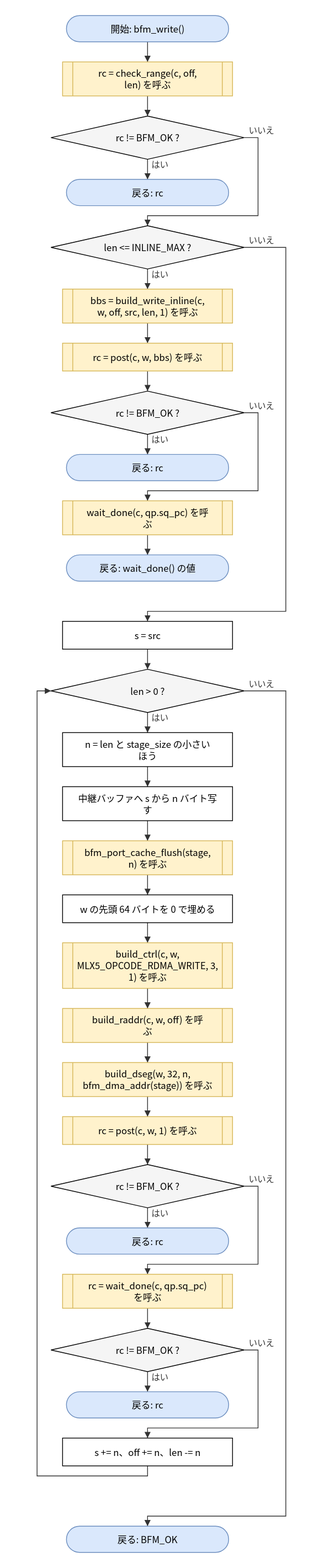
Before: doc/spec/images/flow_src_bfm_ops__bfm_write.drawio.svg, a diagram exported from draw.io (hf355051012-ai/bfmem). Source tidied: cells renumbered, new cells last; positions are measured from the earlier drawing's top-left corner, leaving out a move shared by most shapes.
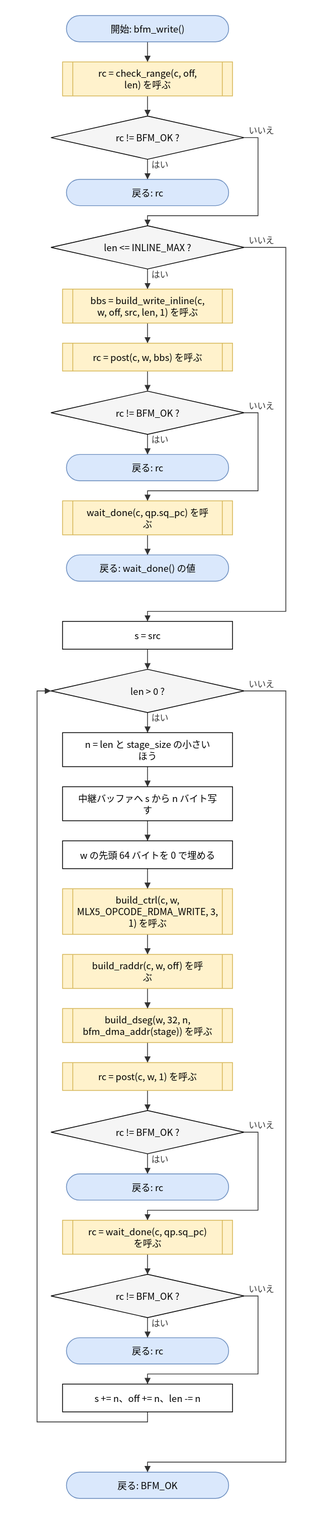
The same diagram one commit later.

Diff of the diagram source:
```diff
@@ -47,45 +47,42 @@
     <mxCell id="16" value="中継バッファへ s から n バイト写&lt;br&gt;す" style="rounded=0;whiteSpace=wrap;html=1;" parent="1" vertex="1">
       <mxGeometry x="33" y="998" width="220" height="44" as="geometry" />
     </mxCell>
-    <mxCell id="17" value="bfm_port_cache_flush(stage,&lt;br&gt;n) を呼ぶ" style="shape=process;whiteSpace=wrap;html=1;backgroundOutline=1;size=0.06;fillColor=#fff2cc;strokeColor=#d6b656;" parent="1" vertex="1">
-      <mxGeometry x="33" y="1068" width="220" height="44" as="geometry" />
+    <mxCell id="17" value="w の先頭 64 バイトを 0 で埋める" style="rounded=0;whiteSpace=wrap;html=1;" parent="1" vertex="1">
+      <mxGeometry x="33" y="1068" width="220" height="36" as="geometry" />
     </mxCell>
-    <mxCell id="18" value="w の先頭 64 バイトを 0 で埋める" style="rounded=0;whiteSpace=wrap;html=1;" parent="1" vertex="1">
-      <mxGeometry x="33" y="1138" width="220" height="36" as="geometry" />
+    <mxCell id="18" value="build_ctrl(c, w,&lt;br&gt;MLX5_OPCODE_RDMA_WRITE, 3,&lt;br&gt;1) を呼ぶ" style="shape=process;whiteSpace=wrap;html=1;backgroundOutline=1;size=0.06;fillColor=#fff2cc;strokeColor=#d6b656;" parent="1" vertex="1">
+      <mxGeometry x="33" y="1130" width="220" height="59" as="geometry" />
     </mxCell>
-    <mxCell id="19" value="build_ctrl(c, w,&lt;br&gt;MLX5_OPCODE_RDMA_WRITE, 3,&lt;br&gt;1) を呼ぶ" style="shape=process;whiteSpace=wrap;html=1;backgroundOutline=1;size=0.06;fillColor=#fff2cc;strokeColor=#d6b656;" parent="1" vertex="1">
-      <mxGeometry x="33" y="1200" width="220" height="59" as="geometry" />
+    <mxCell id="19" value="build_raddr(c, w, off) を呼&lt;br&gt;ぶ" style="shape=process;whiteSpace=wrap;html=1;backgroundOutline=1;size=0.06;fillColor=#fff2cc;strokeColor=#d6b656;" parent="1" vertex="1">
+      <mxGeometry x="33" y="1215" width="220" height="44" as="geometry" />
     </mxCell>
-    <mxCell id="20" value="build_raddr(c, w, off) を呼&lt;br&gt;ぶ" style="shape=process;whiteSpace=wrap;html=1;backgroundOutline=1;size=0.06;fillColor=#fff2cc;strokeColor=#d6b656;" parent="1" vertex="1">
+    <mxCell id="20" value="build_dseg(w, 32, n,&lt;br&gt;bfm_dma_addr(stage)) を呼ぶ" style="shape=process;whiteSpace=wrap;html=1;backgroundOutline=1;size=0.06;fillColor=#fff2cc;strokeColor=#d6b656;" parent="1" vertex="1">
       <mxGeometry x="33" y="1285" width="220" height="44" as="geometry" />
     </mxCell>
-    <mxCell id="21" value="build_dseg(w, 32, n,&lt;br&gt;bfm_dma_addr(stage)) を呼ぶ" style="shape=process;whiteSpace=wrap;html=1;backgroundOutline=1;size=0.06;fillColor=#fff2cc;strokeColor=#d6b656;" parent="1" vertex="1">
-      <mxGeometry x="33" y="1355" width="220" height="44" as="geometry" />
+    <mxCell id="21" value="rc = post(c, w, 1) を呼ぶ" style="shape=process;whiteSpace=wrap;html=1;backgroundOutline=1;size=0.06;fillColor=#fff2cc;strokeColor=#d6b656;" parent="1" vertex="1">
+      <mxGeometry x="33" y="1355" width="220" height="36" as="geometry" />
     </mxCell>
-    <mxCell id="22" value="rc = post(c, w, 1) を呼ぶ" style="shape=process;whiteSpace=wrap;html=1;backgroundOutline=1;size=0.06;fillColor=#fff2cc;strokeColor=#d6b656;" parent="1" vertex="1">
-      <mxGeometry x="33" y="1425" width="220" height="36" as="geometry" />
+    <mxCell id="22" value="rc != BFM_OK ?" style="rhombus;whiteSpace=wrap;html=1;fillColor=#f5f5f5;" parent="1" vertex="1">
+      <mxGeometry x="18" y="1417" width="250" height="56" as="geometry" />
     </mxCell>
-    <mxCell id="23" value="rc != BFM_OK ?" style="rhombus;whiteSpace=wrap;html=1;fillColor=#f5f5f5;" parent="1" vertex="1">
-      <mxGeometry x="18" y="1487" width="250" height="56" as="geometry" />
+    <mxCell id="23" value="戻る: rc" style="rounded=1;arcSize=50;whiteSpace=wrap;html=1;fillColor=#dae8fc;strokeColor=#6c8ebf;" parent="1" vertex="1">
+      <mxGeometry x="38" y="1499" width="210" height="34" as="geometry" />
     </mxCell>
-    <mxCell id="24" value="戻る: rc" style="rounded=1;arcSize=50;whiteSpace=wrap;html=1;fillColor=#dae8fc;strokeColor=#6c8ebf;" parent="1" vertex="1">
-      <mxGeometry x="38" y="1569" width="210" height="34" as="geometry" />
+    <mxCell id="24" value="rc = wait_done(c, qp.sq_pc)&lt;br&gt;を呼ぶ" style="shape=process;whiteSpace=wrap;html=1;backgroundOutline=1;size=0.06;fillColor=#fff2cc;strokeColor=#d6b656;" parent="1" vertex="1">
+      <mxGeometry x="33" y="1559" width="220" height="44" as="geometry" />
     </mxCell>
-    <mxCell id="25" value="rc = wait_done(c, qp.sq_pc)&lt;br&gt;を呼ぶ" style="shape=process;whiteSpace=wrap;html=1;backgroundOutline=1;size=0.06;fillColor=#fff2cc;strokeColor=#d6b656;" parent="1" vertex="1">
-      <mxGeometry x="33" y="1629" width="220" height="44" as="geometry" />
+    <mxCell id="25" value="rc != BFM_OK ?" style="rhombus;whiteSpace=wrap;html=1;fillColor=#f5f5f5;" parent="1" vertex="1">
+      <mxGeometry x="18" y="1629" width="250" height="56" as="geometry" />
     </mxCell>
-    <mxCell id="26" value="rc != BFM_OK ?" style="rhombus;whiteSpace=wrap;html=1;fillColor=#f5f5f5;" parent="1" vertex="1">
-      <mxGeometry x="18" y="1699" width="250" height="56" as="geometry" />
+    <mxCell id="26" value="戻る: rc" style="rounded=1;arcSize=50;whiteSpace=wrap;html=1;fillColor=#dae8fc;strokeColor=#6c8ebf;" parent="1" vertex="1">
+      <mxGeometry x="38" y="1711" width="210" height="34" as="geometry" />
     </mxCell>
-    <mxCell id="27" value="戻る: rc" style="rounded=1;arcSize=50;whiteSpace=wrap;html=1;fillColor=#dae8fc;strokeColor=#6c8ebf;" parent="1" vertex="1">
-      <mxGeometry x="38" y="1781" width="210" height="34" as="geometry" />
+    <mxCell id="27" value="s += n、off += n、len -= n" style="rounded=0;whiteSpace=wrap;html=1;" parent="1" vertex="1">
+      <mxGeometry x="33" y="1771" width="220" height="36" as="geometry" />
     </mxCell>
-    <mxCell id="28" value="s += n、off += n、len -= n" style="rounded=0;whiteSpace=wrap;html=1;" parent="1" vertex="1">
-      <mxGeometry x="33" y="1841" width="220" height="36" as="geometry" />
+    <mxCell id="28" value="戻る: BFM_OK" style="rounded=1;arcSize=50;whiteSpace=wrap;html=1;fillColor=#dae8fc;strokeColor=#6c8ebf;" parent="1" vertex="1">
+      <mxGeometry x="38" y="1885" width="210" height="34" as="geometry" />
     </mxCell>
-    <mxCell id="29" value="戻る: BFM_OK" style="rounded=1;arcSize=50;whiteSpace=wrap;html=1;fillColor=#dae8fc;strokeColor=#6c8ebf;" parent="1" vertex="1">
-      <mxGeometry x="38" y="1955" width="210" height="34" as="geometry" />
-    </mxCell>
     <mxCell id="30" style="edgeStyle=none;html=1;rounded=0;endArrow=block;endFill=1;exitX=0.5000;exitY=1.0000;exitDx=0;exitDy=0;exitPerimeter=0;entryX=0.5000;entryY=0.0000;entryDx=0;entryDy=0;entryPerimeter=0;" parent="1" edge="1" source="2" target="3">
       <mxGeometry relative="1" as="geometry" />
     </mxCell>
@@ -164,53 +161,50 @@
     <mxCell id="49" style="edgeStyle=none;html=1;rounded=0;endArrow=block;endFill=1;exitX=0.5000;exitY=1.0000;exitDx=0;exitDy=0;exitPerimeter=0;entryX=0.5000;entryY=0.0000;entryDx=0;entryDy=0;entryPerimeter=0;" parent="1" edge="1" source="21" target="22">
       <mxGeometry relative="1" as="geometry" />
     </mxCell>
-    <mxCell id="50" style="edgeStyle=none;html=1;rounded=0;endArrow=block;endFill=1;exitX=0.5000;exitY=1.0000;exitDx=0;exitDy=0;exitPerimeter=0;entryX=0.5000;entryY=0.0000;entryDx=0;entryDy=0;entryPerimeter=0;" parent="1" edge="1" source="22" target="23">
+    <mxCell id="50" value="はい" style="edgeStyle=none;html=1;rounded=0;endArrow=block;endFill=1;exitX=0.5000;exitY=1.0000;exitDx=0;exitDy=0;exitPerimeter=0;entryX=0.5000;entryY=0.0000;entryDx=0;entryDy=0;entryPerimeter=0;" parent="1" edge="1" source="22" target="23">
       <mxGeometry relative="1" as="geometry" />
     </mxCell>
-    <mxCell id="51" value="はい" style="edgeStyle=none;html=1;rounded=0;endArrow=block;endFill=1;exitX=0.5000;exitY=1.0000;exitDx=0;exitDy=0;exitPerimeter=0;entryX=0.5000;entryY=0.0000;entryDx=0;entryDy=0;entryPerimeter=0;" parent="1" edge="1" source="23" target="24">
-      <mxGeometry relative="1" as="geometry" />
+    <mxCell id="51" value="いいえ" style="edgeStyle=none;html=1;rounded=0;endArrow=block;endFill=1;exitX=1.0000;exitY=0.5000;exitDx=0;exitDy=0;exitPerimeter=0;entryX=0.5000;entryY=0.0000;entryDx=0;entryDy=0;entryPerimeter=0;" parent="1" edge="1" source="22" target="24">
+      <mxGeometry relative="1" as="geometry">
+        <Array as="points">
+          <mxPoint x="286" y="1445" />
+          <mxPoint x="286" y="1546" />
+          <mxPoint x="143" y="1546" />
+        </Array>
+      </mxGeometry>
     </mxCell>
-    <mxCell id="52" value="いいえ" style="edgeStyle=none;html=1;rounded=0;endArrow=block;endFill=1;exitX=1.0000;exitY=0.5000;exitDx=0;exitDy=0;exitPerimeter=0;entryX=0.5000;entryY=0.0000;entryDx=0;entryDy=0;entryPerimeter=0;" parent="1" edge="1" source="23" target="25">
-      <mxGeometry relative="1" as="geometry">
-        <Array as="points">
-          <mxPoint x="286" y="1515" />
-          <mxPoint x="286" y="1616" />
-          <mxPoint x="143" y="1616" />
-        </Array>
-      </mxGeometry>
+    <mxCell id="52" style="edgeStyle=none;html=1;rounded=0;endArrow=block;endFill=1;exitX=0.5000;exitY=1.0000;exitDx=0;exitDy=0;exitPerimeter=0;entryX=0.5000;entryY=0.0000;entryDx=0;entryDy=0;entryPerimeter=0;" parent="1" edge="1" source="24" target="25">
+      <mxGeometry relative="1" as="geometry" />
     </mxCell>
-    <mxCell id="53" style="edgeStyle=none;html=1;rounded=0;endArrow=block;endFill=1;exitX=0.5000;exitY=1.0000;exitDx=0;exitDy=0;exitPerimeter=0;entryX=0.5000;entryY=0.0000;entryDx=0;entryDy=0;entryPerimeter=0;" parent="1" edge="1" source="25" target="26">
+    <mxCell id="53" value="はい" style="edgeStyle=none;html=1;rounded=0;endArrow=block;endFill=1;exitX=0.5000;exitY=1.0000;exitDx=0;exitDy=0;exitPerimeter=0;entryX=0.5000;entryY=0.0000;entryDx=0;entryDy=0;entryPerimeter=0;" parent="1" edge="1" source="25" target="26">
       <mxGeometry relative="1" as="geometry" />
     </mxCell>
-    <mxCell id="54" value="はい" style="edgeStyle=none;html=1;rounded=0;endArrow=block;endFill=1;exitX=0.5000;exitY=1.0000;exitDx=0;exitDy=0;exitPerimeter=0;entryX=0.5000;entryY=0.0000;entryDx=0;entryDy=0;entryPerimeter=0;" parent="1" edge="1" source="26" target="27">
-      <mxGeometry relative="1" as="geometry" />
+    <mxCell id="54" value="いいえ" style="edgeStyle=none;html=1;rounded=0;endArrow=block;endFill=1;exitX=1.0000;exitY=0.5000;exitDx=0;exitDy=0;exitPerimeter=0;entryX=0.5000;entryY=0.0000;entryDx=0;entryDy=0;entryPerimeter=0;" parent="1" edge="1" source="25" target="27">
+      <mxGeometry relative="1" as="geometry">
+        <Array as="points">
+          <mxPoint x="286" y="1657" />
+          <mxPoint x="286" y="1758" />
+          <mxPoint x="143" y="1758" />
+        </Array>
+      </mxGeometry>
     </mxCell>
-    <mxCell id="55" value="いいえ" style="edgeStyle=none;html=1;rounded=0;endArrow=block;endFill=1;exitX=1.0000;exitY=0.5000;exitDx=0;exitDy=0;exitPerimeter=0;entryX=0.5000;entryY=0.0000;entryDx=0;entryDy=0;entryPerimeter=0;" parent="1" edge="1" source="26" target="28">
+    <mxCell id="55" style="edgeStyle=none;html=1;rounded=0;endArrow=block;endFill=1;exitX=0.5000;exitY=1.0000;exitDx=0;exitDy=0;exitPerimeter=0;entryX=0.0000;entryY=0.5000;entryDx=0;entryDy=0;entryPerimeter=0;" parent="1" edge="1" source="27" target="14">
       <mxGeometry relative="1" as="geometry">
         <Array as="points">
-          <mxPoint x="286" y="1727" />
-          <mxPoint x="286" y="1828" />
-          <mxPoint x="143" y="1828" />
+          <mxPoint x="143" y="1820" />
+          <mxPoint y="1820" />
+          <mxPoint y="874" />
         </Array>
       </mxGeometry>
     </mxCell>
-    <mxCell id="56" style="edgeStyle=none;html=1;rounded=0;endArrow=block;endFill=1;exitX=0.5000;exitY=1.0000;exitDx=0;exitDy=0;exitPerimeter=0;entryX=0.0000;entryY=0.5000;entryDx=0;entryDy=0;entryPerimeter=0;" parent="1" edge="1" source="28" target="14">
+    <mxCell id="56" value="いいえ" style="edgeStyle=none;html=1;rounded=0;endArrow=block;endFill=1;exitX=1.0000;exitY=0.5000;exitDx=0;exitDy=0;exitPerimeter=0;entryX=0.5000;entryY=0.0000;entryDx=0;entryDy=0;entryPerimeter=0;" parent="1" edge="1" source="14" target="28">
       <mxGeometry relative="1" as="geometry">
         <Array as="points">
-          <mxPoint x="143" y="1890" />
-          <mxPoint y="1890" />
-          <mxPoint y="874" />
+          <mxPoint x="322" y="874" />
+          <mxPoint x="322" y="1872" />
+          <mxPoint x="143" y="1872" />
         </Array>
       </mxGeometry>
     </mxCell>
-    <mxCell id="57" value="いいえ" style="edgeStyle=none;html=1;rounded=0;endArrow=block;endFill=1;exitX=1.0000;exitY=0.5000;exitDx=0;exitDy=0;exitPerimeter=0;entryX=0.5000;entryY=0.0000;entryDx=0;entryDy=0;entryPerimeter=0;" parent="1" edge="1" source="14" target="29">
-      <mxGeometry relative="1" as="geometry">
-        <Array as="points">
-          <mxPoint x="322" y="874" />
-          <mxPoint x="322" y="1942" />
-          <mxPoint x="143" y="1942" />
-        </Array>
-      </mxGeometry>
-    </mxCell>
   </root>
 </mxGraphModel>
```
